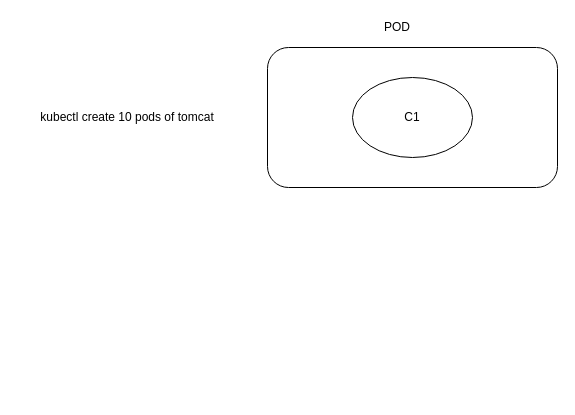
Before: POD.drawio in ashisnishanka/kubernet, a draw.io diagram. Source tidied: cells renumbered, new cells numbered last; positions are measured from the earlier drawing's top-left corner, leaving out a move shared by most shapes. Both pictures are drawn from the tidied source at 100%, with x=0, y=0 at pixel (17, 17).
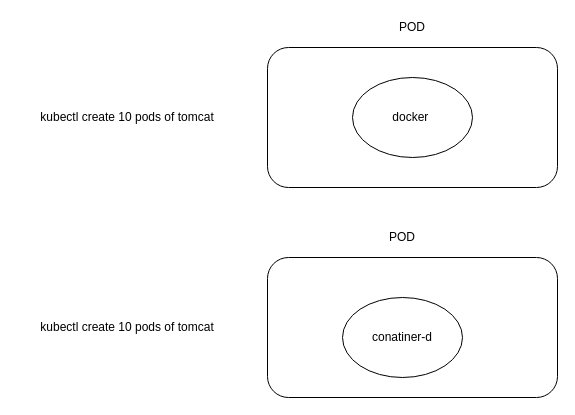
The same page after the edit.

What changed in the source:
```diff
@@
 <mxGraphModel>
   <root>
     <mxCell id="0" />
     <mxCell id="1" parent="0" />
     <mxCell id="2" style="rounded=1;whiteSpace=wrap;html=1;" parent="1" vertex="1">
       <mxGeometry x="250" y="30" width="290" height="140" as="geometry" />
     </mxCell>
-    <mxCell id="3" value="C1" style="ellipse;whiteSpace=wrap;html=1;" parent="1" vertex="1">
+    <mxCell id="3" value="docker&amp;nbsp;" style="ellipse;whiteSpace=wrap;html=1;" parent="1" vertex="1">
       <mxGeometry x="335" y="60" width="120" height="80" as="geometry" />
     </mxCell>
     <mxCell id="4" value="POD" style="text;html=1;strokeColor=none;fillColor=none;align=center;verticalAlign=middle;whiteSpace=wrap;rounded=0;" parent="1" vertex="1">
-      <mxGeometry x="360" width="40" height="20" as="geometry" />
+      <mxGeometry x="375" width="40" height="20" as="geometry" />
     </mxCell>
     <mxCell id="5" value="kubectl create 10 pods of tomcat" style="text;html=1;strokeColor=none;fillColor=none;align=center;verticalAlign=middle;whiteSpace=wrap;rounded=0;" parent="1" vertex="1">
       <mxGeometry y="90" width="220" height="20" as="geometry" />
     </mxCell>
+    <mxCell id="6" style="rounded=1;whiteSpace=wrap;html=1;" parent="1" vertex="1">
+      <mxGeometry x="250" y="240" width="290" height="140" as="geometry" />
+    </mxCell>
+    <mxCell id="7" value="conatiner-d" style="ellipse;whiteSpace=wrap;html=1;" parent="1" vertex="1">
+      <mxGeometry x="325" y="280" width="120" height="80" as="geometry" />
+    </mxCell>
+    <mxCell id="8" value="POD" style="text;html=1;strokeColor=none;fillColor=none;align=center;verticalAlign=middle;whiteSpace=wrap;rounded=0;" parent="1" vertex="1">
+      <mxGeometry x="365" y="210" width="40" height="20" as="geometry" />
+    </mxCell>
+    <mxCell id="9" value="kubectl create 10 pods of tomcat" style="text;html=1;strokeColor=none;fillColor=none;align=center;verticalAlign=middle;whiteSpace=wrap;rounded=0;" parent="1" vertex="1">
+      <mxGeometry y="300" width="220" height="20" as="geometry" />
+    </mxCell>
   </root>
 </mxGraphModel>
```
